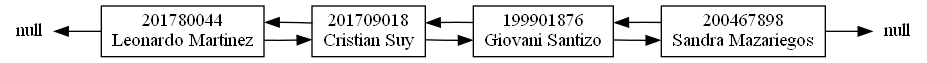
This is EDD_Proyecto1_Fase1/Reportes/Lista.png from walterjav19/EDD_1S2023_PY_202111718, a Graphviz export, as it was before one commit. Its source is kept beside it as EDD_Proyecto1_Fase1/Grafics/Lista.dot. The source it was exported from:
```dot
digraph LinkedList {
	rankdir=LR;
	node [shape=record];
	nullI [shape=none, label="null", style=bold, height=0, width=0];
	nullF [shape=none, label="null", style=bold, height=0, width=0];
	a201780044[label="201780044\nLeonardo Martinez"]
	a201780044->a201709018
	nullI->a201780044[dir=back]
			a201709018[label="201709018\nCristian Suy"]
	a201709018->a199901876
	a201709018->a201780044
	a199901876[label="199901876\nGiovani Santizo"]
	a199901876->a200467898
	a199901876->a201709018
	a200467898[label="200467898\nSandra Mazariegos"]
	a200467898->a199901876
	a200467898->nullF
			}
```
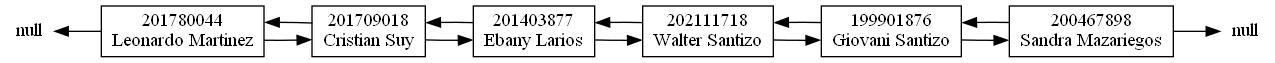
Later version of the same file.

Commit message:
lista,json,cola,pila terminada

Change to the diagram source:
```diff
@@ -7,11 +7,17 @@
 	a201780044->a201709018
 	nullI->a201780044[dir=back]
 			a201709018[label="201709018\nCristian Suy"]
-	a201709018->a199901876
+	a201709018->a201403877
 	a201709018->a201780044
+	a201403877[label="201403877\nEbany Larios"]
+	a201403877->a202111718
+	a201403877->a201709018
+	a202111718[label="202111718\nWalter Santizo"]
+	a202111718->a199901876
+	a202111718->a201403877
 	a199901876[label="199901876\nGiovani Santizo"]
 	a199901876->a200467898
-	a199901876->a201709018
+	a199901876->a202111718
 	a200467898[label="200467898\nSandra Mazariegos"]
 	a200467898->a199901876
 	a200467898->nullF
```
